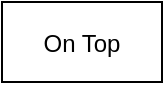
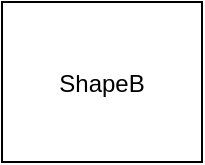
<mxfile>
  <diagram>
    <mxGraphModel>
      <root>
-         <!-- id=2 first in XML → drawn first → behind -->
-         <mxCell id="2" vertex="1" value="Behind">
-           <mxGeometry x="60" y="60" width="120" height="120" as="geometry"/>
+         <!-- Two shapes that partially overlap in the center -->
+         <!-- Shape A: left half -->
+         <mxCell id="2" vertex="1" value="ShapeA">
+           <mxGeometry x="80" y="80" width="100" height="80" as="geometry"/>
        </mxCell>
-         <!-- id=3 second in XML → drawn second → on top (overlapping region) -->
-         <mxCell id="3" vertex="1" value="On Top">
-           <mxGeometry x="160" y="100" width="80" height="40" as="geometry"/>
+         <!-- Shape B: right half, overlapping Shape A by 40px in center -->
+         <mxCell id="3" vertex="1" value="ShapeB">
+           <mxGeometry x="140" y="80" width="100" height="80" as="geometry"/>
        </mxCell>
      </root>
    </mxGraphModel>
  </diagram>
- </mxfile>+ </mxfile>
